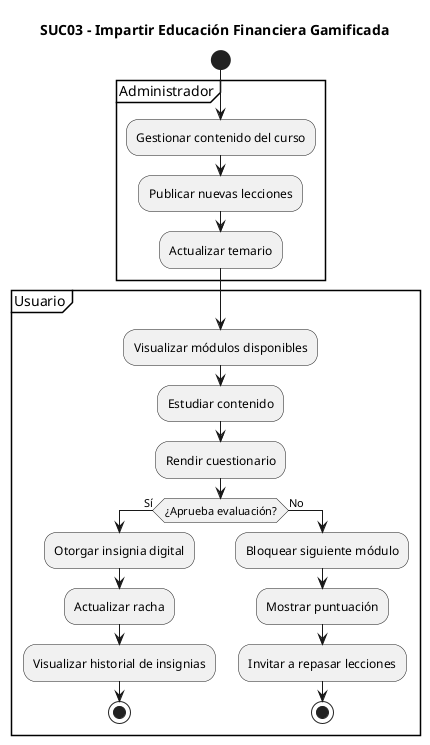
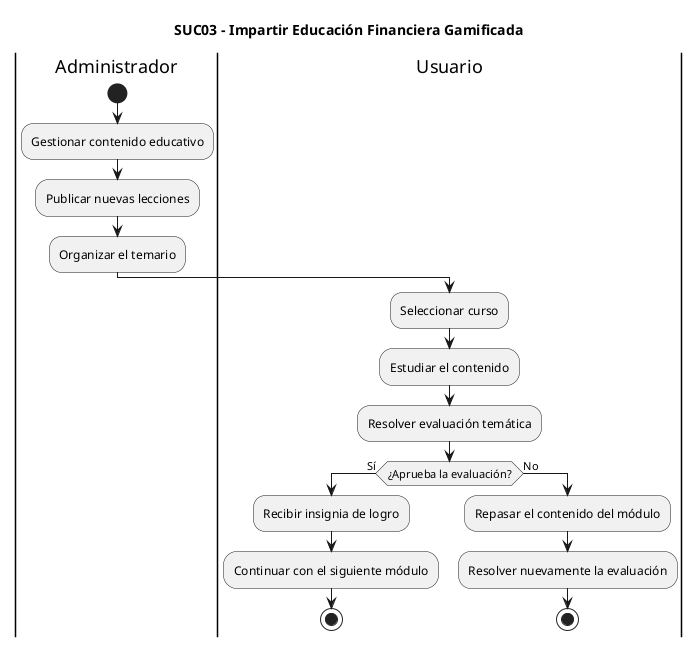
@startuml
title SUC03 - Impartir Educación Financiera Gamificada

+ |Administrador|
+ 
start

- partition Administrador {
-     :Gestionar contenido del curso;
-     :Publicar nuevas lecciones;
-     :Actualizar temario;
- }
+ :Gestionar contenido educativo;
+ :Publicar nuevas lecciones;
+ :Organizar el temario;

- partition Usuario {
+ |Usuario|

-     :Visualizar módulos disponibles;
+ :Seleccionar curso;
+ :Estudiar el contenido;
+ :Resolver evaluación temática;

-     :Estudiar contenido;
+ if (¿Aprueba la evaluación?) then (Sí)

-     :Rendir cuestionario;
+ :Recibir insignia de logro;
+ :Continuar con el siguiente módulo;

-     if (¿Aprueba evaluación?) then (Sí)
-         :Otorgar insignia digital;
-         :Actualizar racha;
-         :Visualizar historial de insignias;
-         stop
+ stop

-     else (No)
-         :Bloquear siguiente módulo;
-         :Mostrar puntuación;
-         :Invitar a repasar lecciones;
-         stop
-     endif
- }
+ else (No)
+ 
+ :Repasar el contenido del módulo;
+ :Resolver nuevamente la evaluación;
+ 
+ stop
+ 
+ endif

@enduml